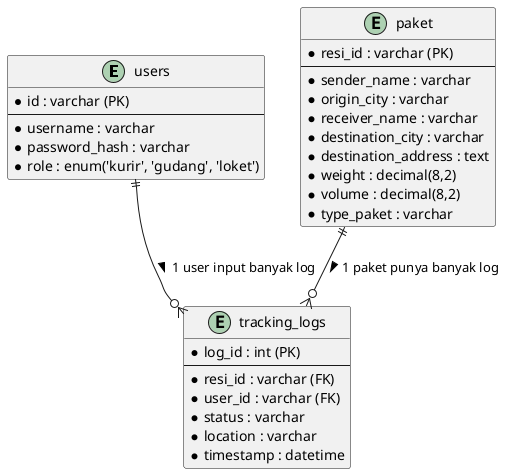
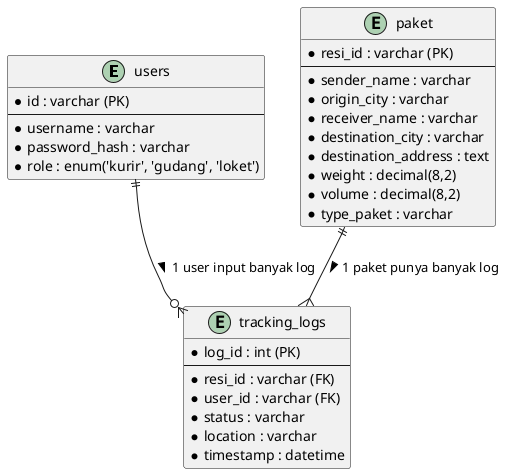
@startuml

' Definisi Tabel
entity "users" as users {
  * id : varchar (PK)
  --
  * username : varchar
  * password_hash : varchar
  * role : enum('kurir', 'gudang', 'loket')
}

entity "paket" as paket {
  * resi_id : varchar (PK)
  --
  * sender_name : varchar
  * origin_city : varchar
  * receiver_name : varchar
  * destination_city : varchar
  * destination_address : text
  * weight : decimal(8,2)
  * volume : decimal(8,2)
  * type_paket : varchar
}

entity "tracking_logs" as logs {
  * log_id : int (PK)
  --
  * resi_id : varchar (FK)
  * user_id : varchar (FK)
  * status : varchar
  * location : varchar
  * timestamp : datetime
}

' Relasi
- paket ||--o{ logs : "1 paket punya banyak log >"
+ ' Satu paket boleh punya banyak log tp wajib punya 1 (Pas Diinput)
+ paket ||--{ logs : "1 paket punya banyak log >"
+ ' User boleh punya banyak log dengan minimal 0 / Boleh kosongan / Ndak kerja ini
users ||--o{ logs : "1 user input banyak log >"

@enduml